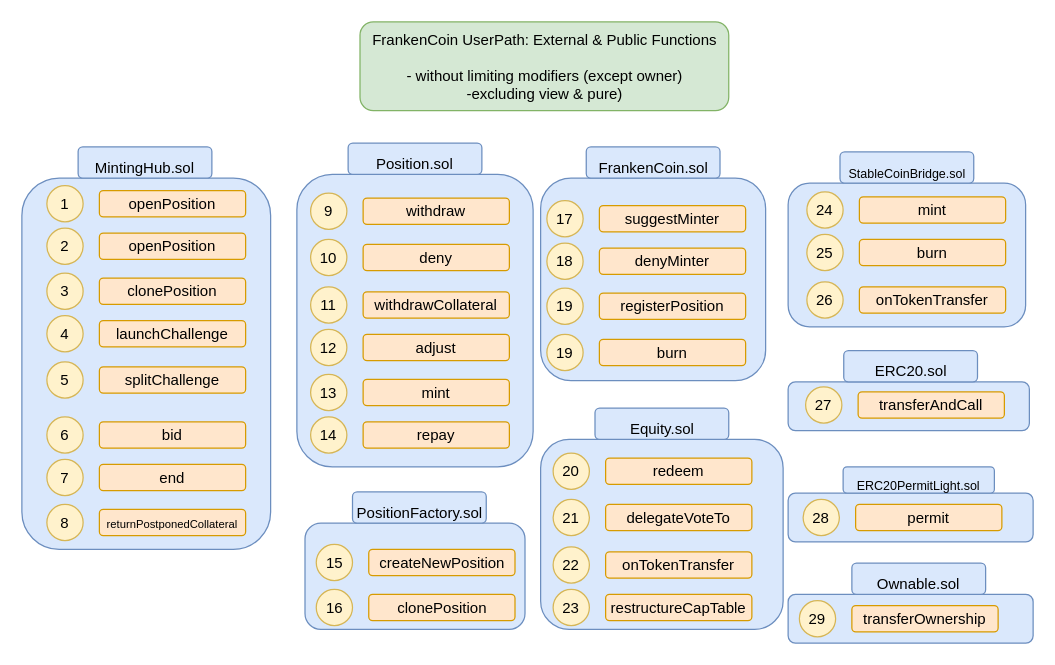
Above: Diagrams/UserPathsfinal.drawio in 14si2o/FrankenCoin (draw.io), before the change. Source tidied: cells renumbered, new cells numbered last; positions are measured from the earlier drawing's top-left corner, leaving out a move shared by most shapes. Both pictures are drawn from the tidied source at 125%, with x=0, y=0 at pixel (21, 21).
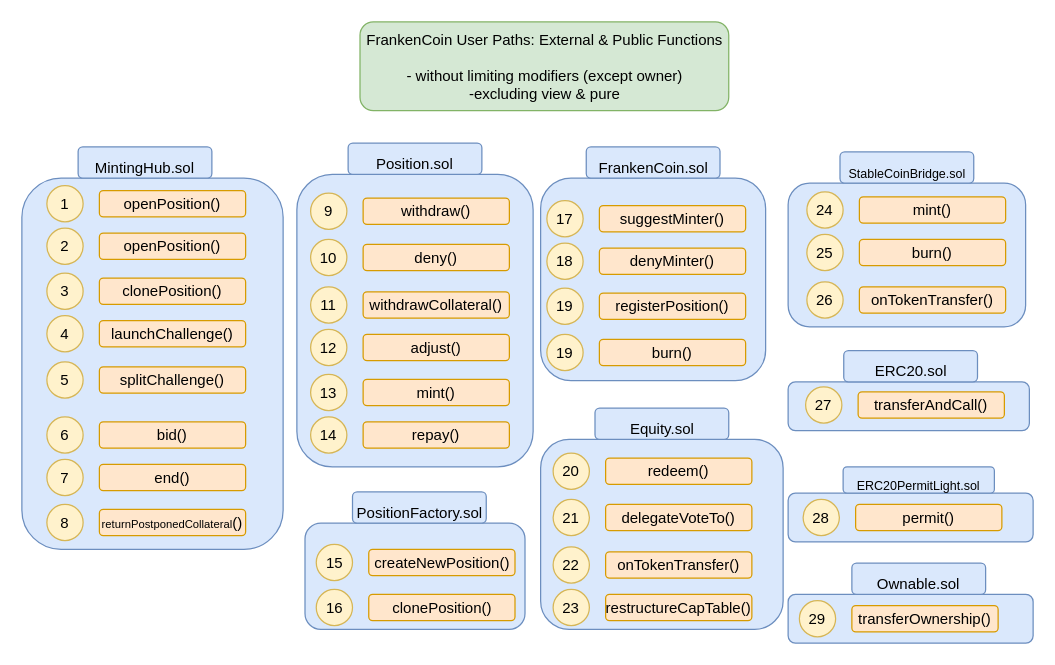
Above is the later version.

The edit, as a diff of the source:
```diff
@@
     <mxCell id="10" style="rounded=1;whiteSpace=wrap;html=1;fontSize=9;fillColor=#dae8fc;strokeColor=#6c8ebf;" parent="1" vertex="1">
-      <mxGeometry y="125" width="199" height="297" as="geometry" />
+      <mxGeometry y="125" width="209" height="297" as="geometry" />
     </mxCell>
-    <mxCell id="11" value="&lt;div&gt;FrankenCoin UserPath: External &amp;amp; Public Functions&lt;/div&gt;&lt;div&gt;&amp;nbsp;&lt;br&gt;&lt;/div&gt;&lt;div&gt;- without limiting modifiers (except owner) &lt;br&gt;&lt;/div&gt;&lt;div&gt;-excluding view &amp;amp; pure)&lt;/div&gt;" style="rounded=1;whiteSpace=wrap;html=1;fillColor=#d5e8d4;strokeColor=#82b366;" parent="1" vertex="1">
+    <mxCell id="11" value="&lt;div&gt;FrankenCoin User Paths: External &amp;amp; Public Functions&lt;/div&gt;&lt;div&gt;&amp;nbsp;&lt;br&gt;&lt;/div&gt;&lt;div&gt;- without limiting modifiers (except owner) &lt;br&gt;&lt;/div&gt;&lt;div&gt;-excluding view &amp;amp; pure&lt;/div&gt;" style="rounded=1;whiteSpace=wrap;html=1;fillColor=#d5e8d4;strokeColor=#82b366;" parent="1" vertex="1">
       <mxGeometry x="270.5" width="295" height="71" as="geometry" />
     </mxCell>
-    <mxCell id="12" value="openPosition" style="rounded=1;whiteSpace=wrap;html=1;fillColor=#ffe6cc;strokeColor=#d79b00;" parent="1" vertex="1">
+    <mxCell id="12" value="openPosition()" style="rounded=1;whiteSpace=wrap;html=1;fillColor=#ffe6cc;strokeColor=#d79b00;" parent="1" vertex="1">
       <mxGeometry x="62" y="135" width="117" height="21" as="geometry" />
     </mxCell>
@@
-    <mxCell id="14" value="openPosition" style="rounded=1;whiteSpace=wrap;html=1;fillColor=#ffe6cc;strokeColor=#d79b00;" parent="1" vertex="1">
+    <mxCell id="14" value="openPosition()" style="rounded=1;whiteSpace=wrap;html=1;fillColor=#ffe6cc;strokeColor=#d79b00;" parent="1" vertex="1">
       <mxGeometry x="62" y="169" width="117" height="21" as="geometry" />
     </mxCell>
@@
-    <mxCell id="16" value="clonePosition" style="rounded=1;whiteSpace=wrap;html=1;fillColor=#ffe6cc;strokeColor=#d79b00;" parent="1" vertex="1">
+    <mxCell id="16" value="clonePosition()" style="rounded=1;whiteSpace=wrap;html=1;fillColor=#ffe6cc;strokeColor=#d79b00;" parent="1" vertex="1">
       <mxGeometry x="62" y="205" width="117" height="21" as="geometry" />
     </mxCell>
@@
-    <mxCell id="18" value="launchChallenge" style="rounded=1;whiteSpace=wrap;html=1;fillColor=#ffe6cc;strokeColor=#d79b00;" parent="1" vertex="1">
+    <mxCell id="18" value="launchChallenge()" style="rounded=1;whiteSpace=wrap;html=1;fillColor=#ffe6cc;strokeColor=#d79b00;" parent="1" vertex="1">
       <mxGeometry x="62" y="239" width="117" height="21" as="geometry" />
     </mxCell>
@@
-    <mxCell id="20" value="splitChallenge" style="rounded=1;whiteSpace=wrap;html=1;fillColor=#ffe6cc;strokeColor=#d79b00;" parent="1" vertex="1">
+    <mxCell id="20" value="splitChallenge()" style="rounded=1;whiteSpace=wrap;html=1;fillColor=#ffe6cc;strokeColor=#d79b00;" parent="1" vertex="1">
       <mxGeometry x="62" y="276" width="117" height="21" as="geometry" />
     </mxCell>
@@
-    <mxCell id="22" value="bid" style="rounded=1;whiteSpace=wrap;html=1;fillColor=#ffe6cc;strokeColor=#d79b00;" parent="1" vertex="1">
+    <mxCell id="22" value="bid()" style="rounded=1;whiteSpace=wrap;html=1;fillColor=#ffe6cc;strokeColor=#d79b00;" parent="1" vertex="1">
       <mxGeometry x="62" y="320" width="117" height="21" as="geometry" />
     </mxCell>
@@
-    <mxCell id="24" value="end" style="rounded=1;whiteSpace=wrap;html=1;fillColor=#ffe6cc;strokeColor=#d79b00;" parent="1" vertex="1">
+    <mxCell id="24" value="end()" style="rounded=1;whiteSpace=wrap;html=1;fillColor=#ffe6cc;strokeColor=#d79b00;" parent="1" vertex="1">
       <mxGeometry x="62" y="354" width="117" height="21" as="geometry" />
     </mxCell>
@@
-    <mxCell id="26" value="&lt;div&gt;&lt;font style=&quot;font-size: 9px;&quot;&gt;returnPostponedCollateral&lt;/font&gt;&lt;/div&gt;" style="rounded=1;whiteSpace=wrap;html=1;fillColor=#ffe6cc;strokeColor=#d79b00;" parent="1" vertex="1">
+    <mxCell id="26" value="&lt;div&gt;&lt;font style=&quot;font-size: 9px;&quot;&gt;returnPostponedCollateral&lt;/font&gt;()&lt;/div&gt;" style="rounded=1;whiteSpace=wrap;html=1;fillColor=#ffe6cc;strokeColor=#d79b00;" parent="1" vertex="1">
       <mxGeometry x="62" y="390" width="117" height="21" as="geometry" />
     </mxCell>
@@
-    <mxCell id="28" value="withdraw" style="rounded=1;whiteSpace=wrap;html=1;fillColor=#ffe6cc;strokeColor=#d79b00;" parent="1" vertex="1">
+    <mxCell id="28" value="withdraw()" style="rounded=1;whiteSpace=wrap;html=1;fillColor=#ffe6cc;strokeColor=#d79b00;" parent="1" vertex="1">
       <mxGeometry x="273" y="141" width="117" height="21" as="geometry" />
     </mxCell>
@@
-    <mxCell id="30" value="deny" style="rounded=1;whiteSpace=wrap;html=1;fillColor=#ffe6cc;strokeColor=#d79b00;" parent="1" vertex="1">
+    <mxCell id="30" value="deny()" style="rounded=1;whiteSpace=wrap;html=1;fillColor=#ffe6cc;strokeColor=#d79b00;" parent="1" vertex="1">
       <mxGeometry x="273" y="178" width="117" height="21" as="geometry" />
     </mxCell>
@@
-    <mxCell id="32" value="withdrawCollateral" style="rounded=1;whiteSpace=wrap;html=1;fillColor=#ffe6cc;strokeColor=#d79b00;" parent="1" vertex="1">
+    <mxCell id="32" value="withdrawCollateral()" style="rounded=1;whiteSpace=wrap;html=1;fillColor=#ffe6cc;strokeColor=#d79b00;" parent="1" vertex="1">
       <mxGeometry x="273" y="216" width="117" height="21" as="geometry" />
     </mxCell>
@@
-    <mxCell id="34" value="adjust" style="rounded=1;whiteSpace=wrap;html=1;fillColor=#ffe6cc;strokeColor=#d79b00;" parent="1" vertex="1">
+    <mxCell id="34" value="adjust()" style="rounded=1;whiteSpace=wrap;html=1;fillColor=#ffe6cc;strokeColor=#d79b00;" parent="1" vertex="1">
       <mxGeometry x="273" y="250" width="117" height="21" as="geometry" />
     </mxCell>
@@
-    <mxCell id="36" value="mint" style="rounded=1;whiteSpace=wrap;html=1;fillColor=#ffe6cc;strokeColor=#d79b00;" parent="1" vertex="1">
+    <mxCell id="36" value="mint()" style="rounded=1;whiteSpace=wrap;html=1;fillColor=#ffe6cc;strokeColor=#d79b00;" parent="1" vertex="1">
       <mxGeometry x="273" y="286" width="117" height="21" as="geometry" />
     </mxCell>
@@
-    <mxCell id="38" value="repay" style="rounded=1;whiteSpace=wrap;html=1;fillColor=#ffe6cc;strokeColor=#d79b00;" parent="1" vertex="1">
+    <mxCell id="38" value="repay()" style="rounded=1;whiteSpace=wrap;html=1;fillColor=#ffe6cc;strokeColor=#d79b00;" parent="1" vertex="1">
       <mxGeometry x="273" y="320" width="117" height="21" as="geometry" />
     </mxCell>
@@
-    <mxCell id="40" value="createNewPosition" style="rounded=1;whiteSpace=wrap;html=1;fillColor=#ffe6cc;strokeColor=#d79b00;" parent="1" vertex="1">
+    <mxCell id="40" value="createNewPosition()" style="rounded=1;whiteSpace=wrap;html=1;fillColor=#ffe6cc;strokeColor=#d79b00;" parent="1" vertex="1">
       <mxGeometry x="277.5" y="422" width="117" height="21" as="geometry" />
     </mxCell>
@@
-    <mxCell id="42" value="clonePosition" style="rounded=1;whiteSpace=wrap;html=1;fillColor=#ffe6cc;strokeColor=#d79b00;" parent="1" vertex="1">
+    <mxCell id="42" value="clonePosition()" style="rounded=1;whiteSpace=wrap;html=1;fillColor=#ffe6cc;strokeColor=#d79b00;" parent="1" vertex="1">
       <mxGeometry x="277.5" y="458" width="117" height="21" as="geometry" />
     </mxCell>
@@
-    <mxCell id="44" value="suggestMinter" style="rounded=1;whiteSpace=wrap;html=1;fillColor=#ffe6cc;strokeColor=#d79b00;" parent="1" vertex="1">
+    <mxCell id="44" value="suggestMinter()" style="rounded=1;whiteSpace=wrap;html=1;fillColor=#ffe6cc;strokeColor=#d79b00;" parent="1" vertex="1">
       <mxGeometry x="462" y="147" width="117" height="21" as="geometry" />
     </mxCell>
@@
-    <mxCell id="46" value="denyMinter" style="rounded=1;whiteSpace=wrap;html=1;fillColor=#ffe6cc;strokeColor=#d79b00;" parent="1" vertex="1">
+    <mxCell id="46" value="denyMinter()" style="rounded=1;whiteSpace=wrap;html=1;fillColor=#ffe6cc;strokeColor=#d79b00;" parent="1" vertex="1">
       <mxGeometry x="462" y="181" width="117" height="21" as="geometry" />
     </mxCell>
@@
-    <mxCell id="48" value="registerPosition" style="rounded=1;whiteSpace=wrap;html=1;fillColor=#ffe6cc;strokeColor=#d79b00;" parent="1" vertex="1">
+    <mxCell id="48" value="registerPosition()" style="rounded=1;whiteSpace=wrap;html=1;fillColor=#ffe6cc;strokeColor=#d79b00;" parent="1" vertex="1">
       <mxGeometry x="462" y="217" width="117" height="21" as="geometry" />
     </mxCell>
@@
-    <mxCell id="50" value="redeem" style="rounded=1;whiteSpace=wrap;html=1;fillColor=#ffe6cc;strokeColor=#d79b00;" parent="1" vertex="1">
+    <mxCell id="50" value="redeem()" style="rounded=1;whiteSpace=wrap;html=1;fillColor=#ffe6cc;strokeColor=#d79b00;" parent="1" vertex="1">
       <mxGeometry x="467" y="349" width="117" height="21" as="geometry" />
     </mxCell>
@@
-    <mxCell id="52" value="delegateVoteTo" style="rounded=1;whiteSpace=wrap;html=1;fillColor=#ffe6cc;strokeColor=#d79b00;" parent="1" vertex="1">
+    <mxCell id="52" value="delegateVoteTo()" style="rounded=1;whiteSpace=wrap;html=1;fillColor=#ffe6cc;strokeColor=#d79b00;" parent="1" vertex="1">
       <mxGeometry x="467" y="386" width="117" height="21" as="geometry" />
     </mxCell>
@@
-    <mxCell id="54" value="onTokenTransfer" style="rounded=1;whiteSpace=wrap;html=1;fillColor=#ffe6cc;strokeColor=#d79b00;" parent="1" vertex="1">
+    <mxCell id="54" value="onTokenTransfer()" style="rounded=1;whiteSpace=wrap;html=1;fillColor=#ffe6cc;strokeColor=#d79b00;" parent="1" vertex="1">
       <mxGeometry x="467" y="424" width="117" height="21" as="geometry" />
     </mxCell>
@@
-    <mxCell id="56" value="restructureCapTable" style="rounded=1;whiteSpace=wrap;html=1;fillColor=#ffe6cc;strokeColor=#d79b00;" parent="1" vertex="1">
+    <mxCell id="56" value="restructureCapTable()" style="rounded=1;whiteSpace=wrap;html=1;fillColor=#ffe6cc;strokeColor=#d79b00;" parent="1" vertex="1">
       <mxGeometry x="467" y="458" width="117" height="21" as="geometry" />
     </mxCell>
@@
-    <mxCell id="58" value="mint" style="rounded=1;whiteSpace=wrap;html=1;fillColor=#ffe6cc;strokeColor=#d79b00;" parent="1" vertex="1">
+    <mxCell id="58" value="mint()" style="rounded=1;whiteSpace=wrap;html=1;fillColor=#ffe6cc;strokeColor=#d79b00;" parent="1" vertex="1">
       <mxGeometry x="670" y="140" width="117" height="21" as="geometry" />
     </mxCell>
@@
-    <mxCell id="60" value="burn" style="rounded=1;whiteSpace=wrap;html=1;fillColor=#ffe6cc;strokeColor=#d79b00;" parent="1" vertex="1">
+    <mxCell id="60" value="burn()" style="rounded=1;whiteSpace=wrap;html=1;fillColor=#ffe6cc;strokeColor=#d79b00;" parent="1" vertex="1">
       <mxGeometry x="670" y="174" width="117" height="21" as="geometry" />
     </mxCell>
@@
-    <mxCell id="62" value="onTokenTransfer" style="rounded=1;whiteSpace=wrap;html=1;fillColor=#ffe6cc;strokeColor=#d79b00;" parent="1" vertex="1">
+    <mxCell id="62" value="onTokenTransfer()" style="rounded=1;whiteSpace=wrap;html=1;fillColor=#ffe6cc;strokeColor=#d79b00;" parent="1" vertex="1">
       <mxGeometry x="670" y="212" width="117" height="21" as="geometry" />
     </mxCell>
@@
-    <mxCell id="64" value="transferAndCall" style="rounded=1;whiteSpace=wrap;html=1;fillColor=#ffe6cc;strokeColor=#d79b00;" parent="1" vertex="1">
+    <mxCell id="64" value="transferAndCall()" style="rounded=1;whiteSpace=wrap;html=1;fillColor=#ffe6cc;strokeColor=#d79b00;" parent="1" vertex="1">
       <mxGeometry x="669" y="296" width="117" height="21" as="geometry" />
     </mxCell>
@@
-    <mxCell id="66" value="permit" style="rounded=1;whiteSpace=wrap;html=1;fillColor=#ffe6cc;strokeColor=#d79b00;" parent="1" vertex="1">
+    <mxCell id="66" value="permit()" style="rounded=1;whiteSpace=wrap;html=1;fillColor=#ffe6cc;strokeColor=#d79b00;" parent="1" vertex="1">
       <mxGeometry x="667" y="386" width="117" height="21" as="geometry" />
     </mxCell>
@@
-    <mxCell id="68" value="transferOwnership" style="rounded=1;whiteSpace=wrap;html=1;fillColor=#ffe6cc;strokeColor=#d79b00;" parent="1" vertex="1">
+    <mxCell id="68" value="transferOwnership()" style="rounded=1;whiteSpace=wrap;html=1;fillColor=#ffe6cc;strokeColor=#d79b00;" parent="1" vertex="1">
       <mxGeometry x="664" y="467" width="117" height="21" as="geometry" />
     </mxCell>
@@
-    <mxCell id="70" value="burn" style="rounded=1;whiteSpace=wrap;html=1;fillColor=#ffe6cc;strokeColor=#d79b00;" parent="1" vertex="1">
+    <mxCell id="70" value="burn()" style="rounded=1;whiteSpace=wrap;html=1;fillColor=#ffe6cc;strokeColor=#d79b00;" parent="1" vertex="1">
       <mxGeometry x="462" y="254" width="117" height="21" as="geometry" />
     </mxCell>
```
